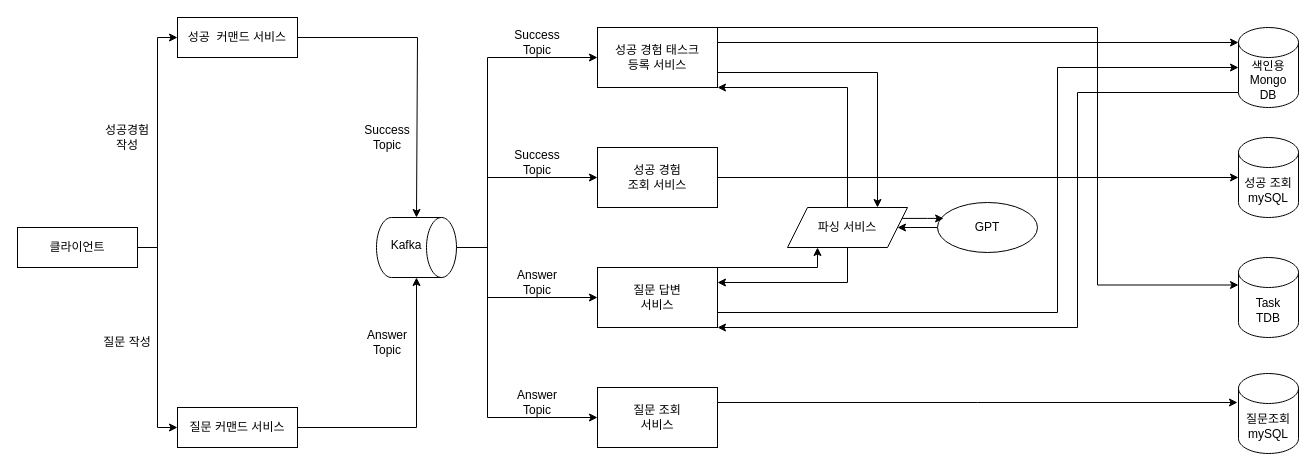
The draw.io diagram 제목 없는 다이어그램.drawio in amycandoit/backend_001, before the edit. Source tidied: cells renumbered, new cells numbered last; positions are measured from the earlier drawing's top-left corner, leaving out a move shared by most shapes. Both pictures are drawn from the tidied source at 100%, with x=0, y=0 at pixel (17, 17).
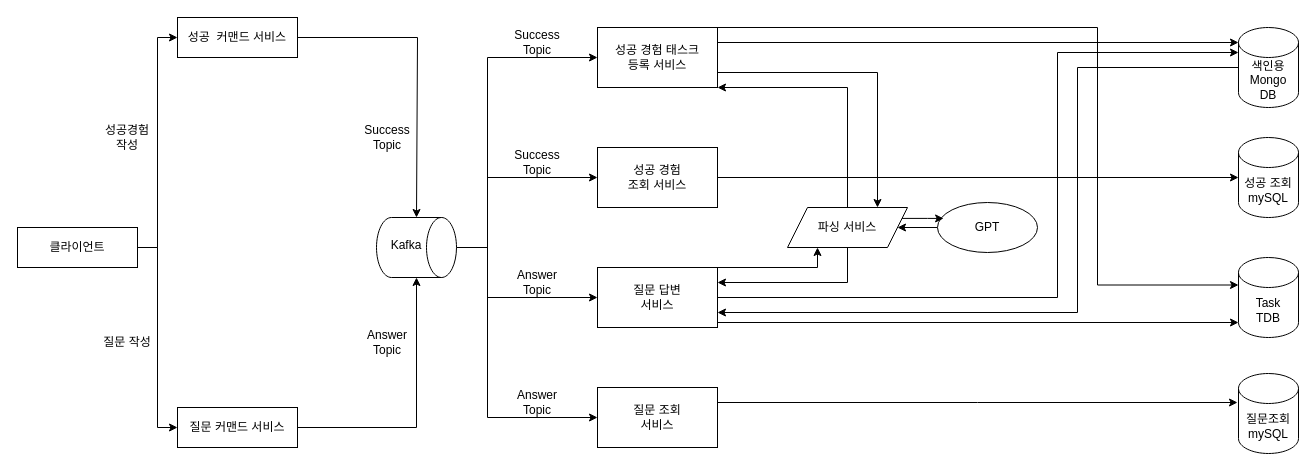
After the change.

Commit message:
제목 없는 다이어그램.drawio 업데이트

The change refers to these unchanged cells:
```xml
<mxCell id="18" value="색인용&lt;br&gt;Mongo&lt;br&gt;DB" style="shape=cylinder3;whiteSpace=wrap;html=1;boundedLbl=1;backgroundOutline=1;size=15;" parent="1" vertex="1">
  <mxGeometry x="1221" y="10" width="60" height="80" as="geometry" />
</mxCell>
<mxCell id="23" value="Task&lt;br&gt;TDB" style="shape=cylinder3;whiteSpace=wrap;html=1;boundedLbl=1;backgroundOutline=1;size=15;" parent="1" vertex="1">
  <mxGeometry x="1221" y="240" width="60" height="80" as="geometry" />
</mxCell>
<mxCell id="30" value="질문 답변&lt;br&gt;서비스" style="rounded=0;whiteSpace=wrap;html=1;" parent="1" vertex="1">
  <mxGeometry x="580" y="250" width="120" height="60" as="geometry" />
</mxCell>
```

Diff of the diagram source:
```diff
@@
-    <mxCell id="17" style="edgeStyle=orthogonalEdgeStyle;rounded=0;jettySize=auto;html=1;exitX=0;exitY=1;exitDx=0;exitDy=-15;exitPerimeter=0;entryX=1;entryY=1;entryDx=0;entryDy=0;" parent="1" edge="1" source="18" target="30">
+    <mxCell id="17" style="edgeStyle=orthogonalEdgeStyle;rounded=0;jettySize=auto;html=1;entryX=1;entryY=0.75;entryDx=0;entryDy=0;" parent="1" edge="1" source="18" target="30">
       <mxGeometry relative="1" as="geometry">
         <Array as="points">
-          <mxPoint x="1060" y="75" />
-          <mxPoint x="1060" y="310" />
+          <mxPoint x="1060" y="50" />
+          <mxPoint x="1060" y="295" />
         </Array>
       </mxGeometry>
     </mxCell>
@@
-    <mxCell id="29" style="edgeStyle=orthogonalEdgeStyle;rounded=0;jettySize=auto;html=1;exitX=1;exitY=0.75;exitDx=0;exitDy=0;entryX=0;entryY=0.5;entryDx=0;entryDy=0;entryPerimeter=0;" parent="1" edge="1" source="30" target="18">
+    <mxCell id="29" style="edgeStyle=orthogonalEdgeStyle;rounded=0;orthogonalLoop=1;jettySize=auto;html=1;exitX=1;exitY=0.75;exitDx=0;exitDy=0;entryX=0;entryY=0.5;entryDx=0;entryDy=0;entryPerimeter=0;" parent="1" edge="1">
       <mxGeometry relative="1" as="geometry">
+        <mxPoint x="700" y="280" as="sourcePoint" />
+        <mxPoint x="1221" y="35" as="targetPoint" />
         <Array as="points">
-          <mxPoint x="1040" y="295" />
-          <mxPoint x="1040" y="50" />
+          <mxPoint x="1040" y="280" />
+          <mxPoint x="1040" y="35" />
         </Array>
       </mxGeometry>
     </mxCell>
@@
+    <mxCell id="45" style="edgeStyle=orthogonalEdgeStyle;rounded=0;jettySize=auto;html=1;exitX=1;exitY=1;exitDx=0;exitDy=0;entryX=0;entryY=1;entryDx=0;entryDy=-15;entryPerimeter=0;" parent="1" edge="1" source="30" target="23">
+      <mxGeometry relative="1" as="geometry">
+        <Array as="points">
+          <mxPoint x="700" y="305" />
+        </Array>
+      </mxGeometry>
+    </mxCell>
```
